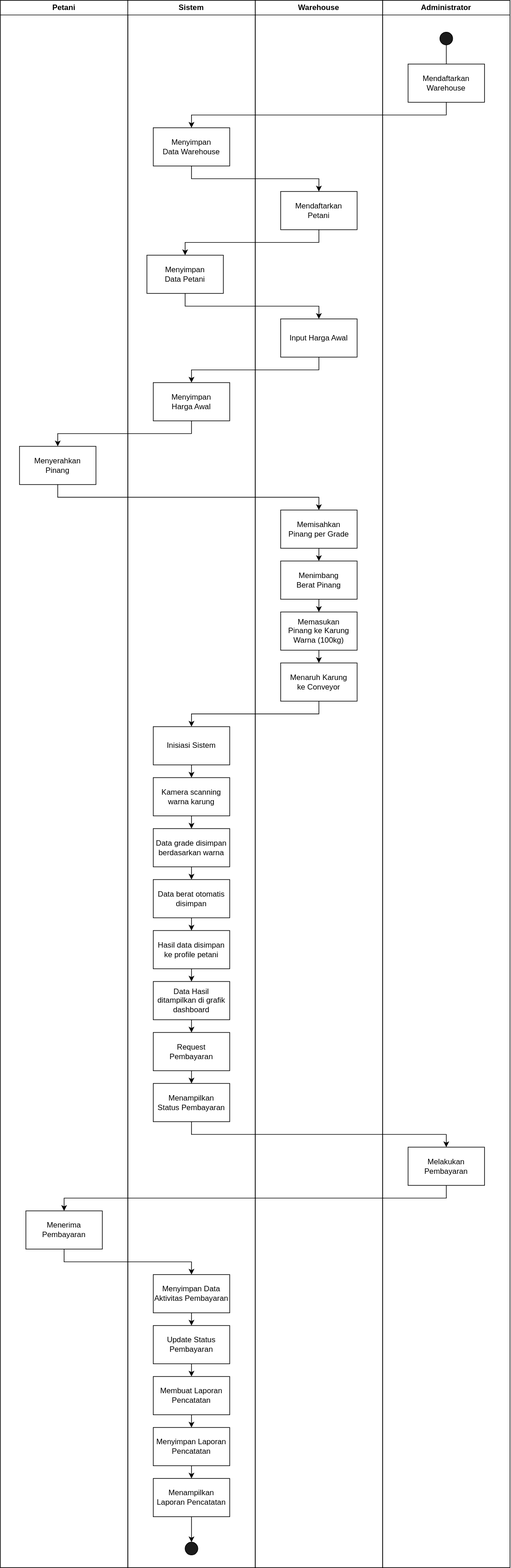
The draw.io diagram product-diagram/activity_diagram.svg in louvredev/BetelChain, before a commit. Source tidied: cells renumbered, new cells last; positions are measured from the earlier drawing's top-left corner, leaving out a move shared by most shapes.
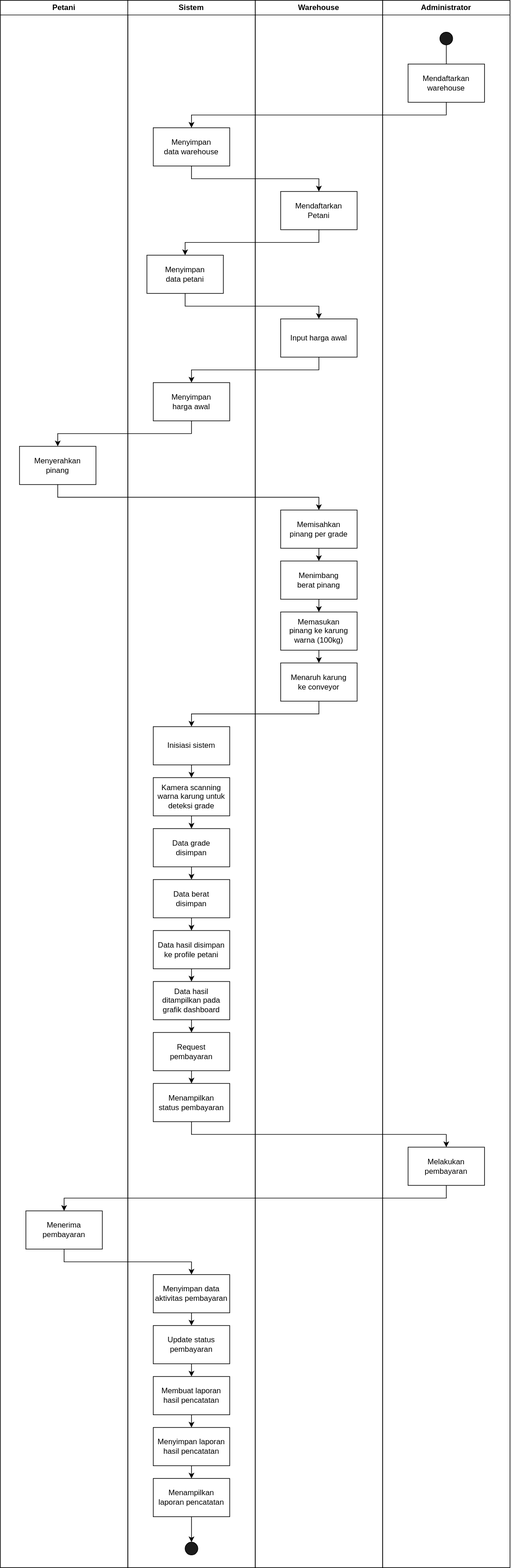
The same diagram one commit later.

What changed in the source:
```diff
@@ -5,10 +5,10 @@
     <mxCell id="2" value="Petani" style="swimlane;whiteSpace=wrap;html=1;" parent="1" vertex="1">
       <mxGeometry width="200" height="2460" as="geometry" />
     </mxCell>
-    <mxCell id="3" value="Menyerahkan&lt;br&gt;Pinang" style="rounded=0;whiteSpace=wrap;html=1;" parent="2" vertex="1">
+    <mxCell id="3" value="Menyerahkan&lt;br&gt;pinang" style="rounded=0;whiteSpace=wrap;html=1;" parent="2" vertex="1">
       <mxGeometry x="30" y="700" width="120" height="60" as="geometry" />
     </mxCell>
-    <mxCell id="4" value="Menerima&lt;br&gt;Pembayaran" style="rounded=0;whiteSpace=wrap;html=1;" parent="2" vertex="1">
+    <mxCell id="4" value="Menerima&lt;br&gt;pembayaran" style="rounded=0;whiteSpace=wrap;html=1;" parent="2" vertex="1">
       <mxGeometry x="40" y="1900" width="120" height="60" as="geometry" />
     </mxCell>
     <mxCell id="5" value="Administrator" style="swimlane;whiteSpace=wrap;html=1;startSize=23;" parent="1" vertex="1">
@@ -17,13 +17,13 @@
     <mxCell id="6" style="ellipse;whiteSpace=wrap;html=1;fillColor=#1B1B1B;" parent="5" vertex="1">
       <mxGeometry x="90" y="50" width="20" height="20" as="geometry" />
     </mxCell>
-    <mxCell id="7" value="Mendaftarkan Warehouse" style="rounded=0;whiteSpace=wrap;html=1;" parent="5" vertex="1">
+    <mxCell id="7" value="Mendaftarkan warehouse" style="rounded=0;whiteSpace=wrap;html=1;" parent="5" vertex="1">
       <mxGeometry x="40" y="100" width="120" height="60" as="geometry" />
     </mxCell>
     <mxCell id="8" style="endArrow=none;html=1;rounded=0;entryX=0.5;entryY=1;entryDx=0;entryDy=0;exitX=0.5;exitY=0;exitDx=0;exitDy=0;" parent="5" edge="1" source="7" target="6">
       <mxGeometry relative="1" as="geometry" />
     </mxCell>
-    <mxCell id="9" value="Melakukan Pembayaran" style="rounded=0;whiteSpace=wrap;html=1;" parent="5" vertex="1">
+    <mxCell id="9" value="Melakukan pembayaran" style="rounded=0;whiteSpace=wrap;html=1;" parent="5" vertex="1">
       <mxGeometry x="40" y="1800" width="120" height="60" as="geometry" />
     </mxCell>
     <mxCell id="10" value="Warehouse" style="swimlane;whiteSpace=wrap;html=1;" parent="1" vertex="1">
@@ -32,106 +32,106 @@
     <mxCell id="11" value="Mendaftarkan&lt;br&gt;Petani" style="rounded=0;whiteSpace=wrap;html=1;" parent="10" vertex="1">
       <mxGeometry x="40" y="300" width="120" height="60" as="geometry" />
     </mxCell>
-    <mxCell id="12" value="Input Harga Awal" style="rounded=0;whiteSpace=wrap;html=1;" parent="10" vertex="1">
+    <mxCell id="12" value="Input harga awal" style="rounded=0;whiteSpace=wrap;html=1;" parent="10" vertex="1">
       <mxGeometry x="40" y="500" width="120" height="60" as="geometry" />
     </mxCell>
     <mxCell id="13" style="edgeStyle=orthogonalEdgeStyle;rounded=0;jettySize=auto;html=1;exitX=0.5;exitY=1;exitDx=0;exitDy=0;entryX=0.5;entryY=0;entryDx=0;entryDy=0;" parent="10" edge="1" source="14" target="16">
       <mxGeometry relative="1" as="geometry" />
     </mxCell>
-    <mxCell id="14" value="Memisahkan&lt;br&gt;Pinang per Grade" style="rounded=0;whiteSpace=wrap;html=1;" parent="10" vertex="1">
+    <mxCell id="14" value="Memisahkan&lt;br&gt;pinang per grade" style="rounded=0;whiteSpace=wrap;html=1;" parent="10" vertex="1">
       <mxGeometry x="40" y="800" width="120" height="60" as="geometry" />
     </mxCell>
     <mxCell id="15" style="edgeStyle=orthogonalEdgeStyle;rounded=0;jettySize=auto;html=1;exitX=0.5;exitY=1;exitDx=0;exitDy=0;entryX=0.5;entryY=0;entryDx=0;entryDy=0;" parent="10" edge="1" source="16" target="18">
       <mxGeometry relative="1" as="geometry" />
     </mxCell>
-    <mxCell id="16" value="Menimbang&lt;br&gt;Berat Pinang" style="rounded=0;whiteSpace=wrap;html=1;" parent="10" vertex="1">
+    <mxCell id="16" value="Menimbang&lt;br&gt;berat pinang" style="rounded=0;whiteSpace=wrap;html=1;" parent="10" vertex="1">
       <mxGeometry x="40" y="880" width="120" height="60" as="geometry" />
     </mxCell>
     <mxCell id="17" style="edgeStyle=orthogonalEdgeStyle;rounded=0;jettySize=auto;html=1;exitX=0.5;exitY=1;exitDx=0;exitDy=0;entryX=0.5;entryY=0;entryDx=0;entryDy=0;" parent="10" edge="1" source="18" target="19">
       <mxGeometry relative="1" as="geometry" />
     </mxCell>
-    <mxCell id="18" value="Memasukan&lt;br&gt;Pinang ke Karung Warna (100kg)" style="rounded=0;whiteSpace=wrap;html=1;" parent="10" vertex="1">
+    <mxCell id="18" value="Memasukan&lt;br&gt;pinang ke karung warna (100kg)" style="rounded=0;whiteSpace=wrap;html=1;" parent="10" vertex="1">
       <mxGeometry x="40" y="960" width="120" height="60" as="geometry" />
     </mxCell>
-    <mxCell id="19" value="Menaruh Karung&lt;br&gt;ke Conveyor" style="rounded=0;whiteSpace=wrap;html=1;" parent="10" vertex="1">
+    <mxCell id="19" value="Menaruh karung&lt;br&gt;ke conveyor" style="rounded=0;whiteSpace=wrap;html=1;" parent="10" vertex="1">
       <mxGeometry x="40" y="1040" width="120" height="60" as="geometry" />
     </mxCell>
     <mxCell id="20" value="Sistem" style="swimlane;whiteSpace=wrap;html=1;" parent="1" vertex="1">
       <mxGeometry x="200" width="200" height="2460" as="geometry" />
     </mxCell>
-    <mxCell id="21" value="Menyimpan&lt;br&gt;Data Warehouse" style="rounded=0;whiteSpace=wrap;html=1;" parent="20" vertex="1">
+    <mxCell id="21" value="Menyimpan&lt;br&gt;data warehouse" style="rounded=0;whiteSpace=wrap;html=1;" parent="20" vertex="1">
       <mxGeometry x="40" y="200" width="120" height="60" as="geometry" />
     </mxCell>
-    <mxCell id="22" value="Menyimpan&lt;br&gt;Data Petani" style="rounded=0;whiteSpace=wrap;html=1;" parent="20" vertex="1">
+    <mxCell id="22" value="Menyimpan&lt;br&gt;data petani" style="rounded=0;whiteSpace=wrap;html=1;" parent="20" vertex="1">
       <mxGeometry x="30" y="400" width="120" height="60" as="geometry" />
     </mxCell>
-    <mxCell id="23" value="Menyimpan&lt;br&gt;Harga Awal" style="rounded=0;whiteSpace=wrap;html=1;" parent="20" vertex="1">
+    <mxCell id="23" value="Menyimpan&lt;br&gt;harga awal" style="rounded=0;whiteSpace=wrap;html=1;" parent="20" vertex="1">
       <mxGeometry x="40" y="600" width="120" height="60" as="geometry" />
     </mxCell>
     <mxCell id="24" style="edgeStyle=orthogonalEdgeStyle;rounded=0;jettySize=auto;html=1;exitX=0.5;exitY=1;exitDx=0;exitDy=0;entryX=0.5;entryY=0;entryDx=0;entryDy=0;" parent="20" edge="1" source="25" target="29">
       <mxGeometry relative="1" as="geometry" />
     </mxCell>
-    <mxCell id="25" value="Kamera scanning&lt;br&gt;warna karung" style="rounded=0;whiteSpace=wrap;html=1;" parent="20" vertex="1">
+    <mxCell id="25" value="Kamera scanning&lt;br&gt;warna karung untuk deteksi grade" style="rounded=0;whiteSpace=wrap;html=1;" parent="20" vertex="1">
       <mxGeometry x="40" y="1220" width="120" height="60" as="geometry" />
     </mxCell>
     <mxCell id="26" style="edgeStyle=orthogonalEdgeStyle;rounded=0;jettySize=auto;html=1;exitX=0.5;exitY=1;exitDx=0;exitDy=0;entryX=0.5;entryY=0;entryDx=0;entryDy=0;" parent="20" edge="1" source="27" target="25">
       <mxGeometry relative="1" as="geometry" />
     </mxCell>
-    <mxCell id="27" value="Inisiasi Sistem" style="rounded=0;whiteSpace=wrap;html=1;" parent="20" vertex="1">
+    <mxCell id="27" value="Inisiasi sistem" style="rounded=0;whiteSpace=wrap;html=1;" parent="20" vertex="1">
       <mxGeometry x="40" y="1140" width="120" height="60" as="geometry" />
     </mxCell>
     <mxCell id="28" style="edgeStyle=orthogonalEdgeStyle;rounded=0;jettySize=auto;html=1;exitX=0.5;exitY=1;exitDx=0;exitDy=0;entryX=0.5;entryY=0;entryDx=0;entryDy=0;" parent="20" edge="1" source="29" target="31">
       <mxGeometry relative="1" as="geometry" />
     </mxCell>
-    <mxCell id="29" value="Data grade disimpan berdasarkan warna" style="rounded=0;whiteSpace=wrap;html=1;" parent="20" vertex="1">
+    <mxCell id="29" value="Data grade&lt;br&gt;disimpan" style="rounded=0;whiteSpace=wrap;html=1;" parent="20" vertex="1">
       <mxGeometry x="40" y="1300" width="120" height="60" as="geometry" />
     </mxCell>
     <mxCell id="30" style="edgeStyle=orthogonalEdgeStyle;rounded=0;jettySize=auto;html=1;exitX=0.5;exitY=1;exitDx=0;exitDy=0;entryX=0.5;entryY=0;entryDx=0;entryDy=0;" parent="20" edge="1" source="31" target="33">
       <mxGeometry relative="1" as="geometry" />
     </mxCell>
-    <mxCell id="31" value="Data berat otomatis disimpan" style="rounded=0;whiteSpace=wrap;html=1;" parent="20" vertex="1">
+    <mxCell id="31" value="Data berat&lt;br&gt;disimpan" style="rounded=0;whiteSpace=wrap;html=1;" parent="20" vertex="1">
       <mxGeometry x="40" y="1380" width="120" height="60" as="geometry" />
     </mxCell>
     <mxCell id="32" style="edgeStyle=orthogonalEdgeStyle;rounded=0;jettySize=auto;html=1;exitX=0.5;exitY=1;exitDx=0;exitDy=0;entryX=0.5;entryY=0;entryDx=0;entryDy=0;" parent="20" edge="1" source="33" target="38">
       <mxGeometry relative="1" as="geometry" />
     </mxCell>
-    <mxCell id="33" value="Hasil data disimpan ke profile petani" style="rounded=0;whiteSpace=wrap;html=1;" parent="20" vertex="1">
+    <mxCell id="33" value="Data hasil disimpan ke profile petani" style="rounded=0;whiteSpace=wrap;html=1;" parent="20" vertex="1">
       <mxGeometry x="40" y="1460" width="120" height="60" as="geometry" />
     </mxCell>
     <mxCell id="34" style="edgeStyle=orthogonalEdgeStyle;rounded=0;jettySize=auto;html=1;exitX=0.5;exitY=1;exitDx=0;exitDy=0;entryX=0.5;entryY=0;entryDx=0;entryDy=0;" parent="20" edge="1" source="35" target="36">
       <mxGeometry relative="1" as="geometry" />
     </mxCell>
-    <mxCell id="35" value="Request&lt;br&gt;Pembayaran" style="rounded=0;whiteSpace=wrap;html=1;" parent="20" vertex="1">
+    <mxCell id="35" value="Request&lt;br&gt;pembayaran" style="rounded=0;whiteSpace=wrap;html=1;" parent="20" vertex="1">
       <mxGeometry x="40" y="1620" width="120" height="60" as="geometry" />
     </mxCell>
-    <mxCell id="36" value="Menampilkan&lt;br&gt;Status Pembayaran" style="rounded=0;whiteSpace=wrap;html=1;" parent="20" vertex="1">
+    <mxCell id="36" value="Menampilkan&lt;br&gt;status pembayaran" style="rounded=0;whiteSpace=wrap;html=1;" parent="20" vertex="1">
       <mxGeometry x="40" y="1700" width="120" height="60" as="geometry" />
     </mxCell>
     <mxCell id="37" style="edgeStyle=orthogonalEdgeStyle;rounded=0;jettySize=auto;html=1;exitX=0.5;exitY=1;exitDx=0;exitDy=0;entryX=0.5;entryY=0;entryDx=0;entryDy=0;" parent="20" edge="1" source="38" target="35">
       <mxGeometry relative="1" as="geometry" />
     </mxCell>
-    <mxCell id="38" value="Data Hasil&lt;br&gt;ditampilkan di grafik dashboard" style="rounded=0;whiteSpace=wrap;html=1;" parent="20" vertex="1">
+    <mxCell id="38" value="Data hasil&lt;br&gt;ditampilkan pada grafik dashboard" style="rounded=0;whiteSpace=wrap;html=1;" parent="20" vertex="1">
       <mxGeometry x="40" y="1540" width="120" height="60" as="geometry" />
     </mxCell>
     <mxCell id="39" style="edgeStyle=orthogonalEdgeStyle;rounded=0;jettySize=auto;html=1;exitX=0.5;exitY=1;exitDx=0;exitDy=0;entryX=0.5;entryY=0;entryDx=0;entryDy=0;" parent="20" edge="1" source="40" target="44">
       <mxGeometry relative="1" as="geometry" />
     </mxCell>
-    <mxCell id="40" value="Update Status Pembayaran" style="rounded=0;whiteSpace=wrap;html=1;" parent="20" vertex="1">
+    <mxCell id="40" value="Update status pembayaran" style="rounded=0;whiteSpace=wrap;html=1;" parent="20" vertex="1">
       <mxGeometry x="40" y="2080" width="120" height="60" as="geometry" />
     </mxCell>
     <mxCell id="41" style="edgeStyle=orthogonalEdgeStyle;rounded=0;jettySize=auto;html=1;exitX=0.5;exitY=1;exitDx=0;exitDy=0;entryX=0.5;entryY=0;entryDx=0;entryDy=0;" parent="20" edge="1" source="42" target="40">
       <mxGeometry relative="1" as="geometry" />
     </mxCell>
-    <mxCell id="42" value="Menyimpan Data Aktivitas Pembayaran" style="rounded=0;whiteSpace=wrap;html=1;" parent="20" vertex="1">
+    <mxCell id="42" value="Menyimpan data aktivitas pembayaran" style="rounded=0;whiteSpace=wrap;html=1;" parent="20" vertex="1">
       <mxGeometry x="40" y="2000" width="120" height="60" as="geometry" />
     </mxCell>
     <mxCell id="43" style="edgeStyle=orthogonalEdgeStyle;rounded=0;jettySize=auto;html=1;exitX=0.5;exitY=1;exitDx=0;exitDy=0;entryX=0.5;entryY=0;entryDx=0;entryDy=0;" parent="20" edge="1" source="44" target="45">
       <mxGeometry relative="1" as="geometry" />
     </mxCell>
-    <mxCell id="44" value="Membuat Laporan Pencatatan" style="rounded=0;whiteSpace=wrap;html=1;" parent="20" vertex="1">
+    <mxCell id="44" value="Membuat laporan hasil pencatatan" style="rounded=0;whiteSpace=wrap;html=1;" parent="20" vertex="1">
       <mxGeometry x="40" y="2160" width="120" height="60" as="geometry" />
     </mxCell>
-    <mxCell id="45" value="Menyimpan Laporan Pencatatan" style="rounded=0;whiteSpace=wrap;html=1;" parent="20" vertex="1">
+    <mxCell id="45" value="Menyimpan laporan hasil pencatatan" style="rounded=0;whiteSpace=wrap;html=1;" parent="20" vertex="1">
       <mxGeometry x="40" y="2240" width="120" height="60" as="geometry" />
     </mxCell>
     <mxCell id="46" style="edgeStyle=orthogonalEdgeStyle;rounded=0;jettySize=auto;html=1;exitX=0.5;exitY=1;exitDx=0;exitDy=0;entryX=0.5;entryY=0;entryDx=0;entryDy=0;" parent="1" edge="1" source="7" target="21">
@@ -170,7 +170,7 @@
     <mxCell id="57" style="edgeStyle=orthogonalEdgeStyle;rounded=0;jettySize=auto;html=1;exitX=0.5;exitY=1;exitDx=0;exitDy=0;entryX=0.5;entryY=0;entryDx=0;entryDy=0;" parent="1" edge="1" source="58" target="59">
       <mxGeometry relative="1" as="geometry" />
     </mxCell>
-    <mxCell id="58" value="Menampilkan Laporan Pencatatan" style="rounded=0;whiteSpace=wrap;html=1;" parent="1" vertex="1">
+    <mxCell id="58" value="Menampilkan&lt;br&gt;laporan pencatatan" style="rounded=0;whiteSpace=wrap;html=1;" parent="1" vertex="1">
       <mxGeometry x="240" y="2320" width="120" height="60" as="geometry" />
     </mxCell>
     <mxCell id="59" style="ellipse;whiteSpace=wrap;html=1;fillColor=#1B1B1B;" parent="1" vertex="1">
```
